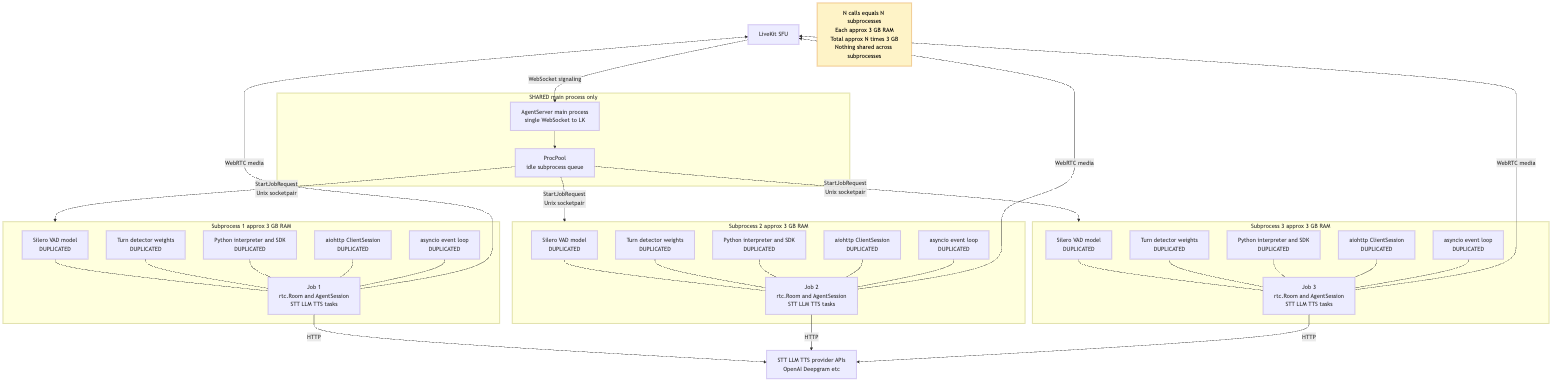
Above: docs/diagrams/02-vanilla-topology.png in mahimailabs/openrtc-runtime (Mermaid), before the change. Its source is kept beside it as docs/diagrams/02-vanilla-topology.mmd. Its diagram source:
```mermaid
flowchart TB
    LK["LiveKit SFU"]
    PROV["STT LLM TTS provider APIs<br>OpenAI Deepgram etc"]
    W["AgentServer main process<br>single WebSocket to LK"]

    LK -- "WebSocket signaling" --> W

    subgraph SHARED ["SHARED main process only"]
        W
        PP["ProcPool<br>idle subprocess queue"]
        W --> PP
    end

    subgraph SUB1 ["Subprocess 1 approx 3 GB RAM"]
        direction TB
        VAD1["Silero VAD model<br>DUPLICATED"]
        TD1["Turn detector weights<br>DUPLICATED"]
        HEAP1["Python interpreter and SDK<br>DUPLICATED"]
        HTTP1["aiohttp ClientSession<br>DUPLICATED"]
        LOOP1["asyncio event loop<br>DUPLICATED"]
        JOB1["Job 1<br>rtc.Room and AgentSession<br>STT LLM TTS tasks"]
        VAD1 --- JOB1
        TD1 --- JOB1
        HEAP1 --- JOB1
        HTTP1 --- JOB1
        LOOP1 --- JOB1
    end

    subgraph SUB2 ["Subprocess 2 approx 3 GB RAM"]
        direction TB
        VAD2["Silero VAD model<br>DUPLICATED"]
        TD2["Turn detector weights<br>DUPLICATED"]
        HEAP2["Python interpreter and SDK<br>DUPLICATED"]
        HTTP2["aiohttp ClientSession<br>DUPLICATED"]
        LOOP2["asyncio event loop<br>DUPLICATED"]
        JOB2["Job 2<br>rtc.Room and AgentSession<br>STT LLM TTS tasks"]
        VAD2 --- JOB2
        TD2 --- JOB2
        HEAP2 --- JOB2
        HTTP2 --- JOB2
        LOOP2 --- JOB2
    end

    subgraph SUB3 ["Subprocess 3 approx 3 GB RAM"]
        direction TB
        VAD3["Silero VAD model<br>DUPLICATED"]
        TD3["Turn detector weights<br>DUPLICATED"]
        HEAP3["Python interpreter and SDK<br>DUPLICATED"]
        HTTP3["aiohttp ClientSession<br>DUPLICATED"]
        LOOP3["asyncio event loop<br>DUPLICATED"]
        JOB3["Job 3<br>rtc.Room and AgentSession<br>STT LLM TTS tasks"]
        VAD3 --- JOB3
        TD3 --- JOB3
        HEAP3 --- JOB3
        HTTP3 --- JOB3
        LOOP3 --- JOB3
    end

    PP -- "StartJobRequest<br>Unix socketpair" --> SUB1
    PP -- "StartJobRequest<br>Unix socketpair" --> SUB2
    PP -- "StartJobRequest<br>Unix socketpair" --> SUB3

    JOB1 -- "WebRTC media" --> LK
    JOB2 -- "WebRTC media" --> LK
    JOB3 -- "WebRTC media" --> LK
    JOB1 -- "HTTP" --> PROV
    JOB2 -- "HTTP" --> PROV
    JOB3 -- "HTTP" --> PROV

    NOTE["N calls equals N subprocesses<br>Each approx 3 GB RAM<br>Total approx N times 3 GB<br>Nothing shared across subprocesses"]
    style NOTE fill:#fef3c7,stroke:#d97706,color:#000
```
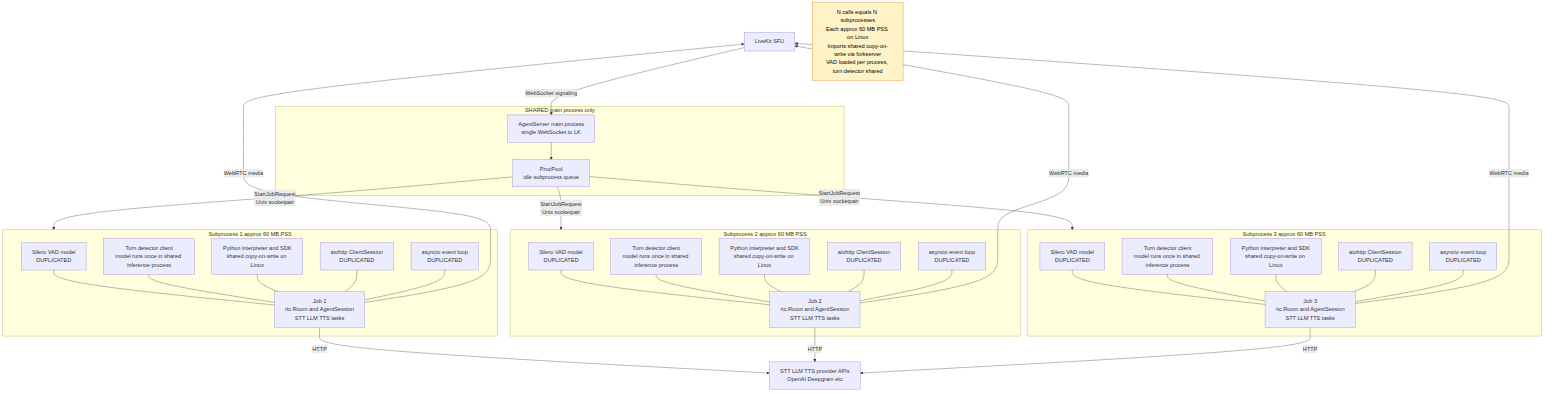
After the change.

What changed in the source:
```diff
@@ -11,11 +11,11 @@
         W --> PP
     end
 
-    subgraph SUB1 ["Subprocess 1 approx 3 GB RAM"]
+    subgraph SUB1 ["Subprocess 1 approx 60 MB PSS"]
         direction TB
         VAD1["Silero VAD model<br>DUPLICATED"]
-        TD1["Turn detector weights<br>DUPLICATED"]
-        HEAP1["Python interpreter and SDK<br>DUPLICATED"]
+        TD1["Turn detector client<br>model runs once in shared inference process"]
+        HEAP1["Python interpreter and SDK<br>shared copy-on-write on Linux"]
         HTTP1["aiohttp ClientSession<br>DUPLICATED"]
         LOOP1["asyncio event loop<br>DUPLICATED"]
         JOB1["Job 1<br>rtc.Room and AgentSession<br>STT LLM TTS tasks"]
@@ -26,11 +26,11 @@
         LOOP1 --- JOB1
     end
 
-    subgraph SUB2 ["Subprocess 2 approx 3 GB RAM"]
+    subgraph SUB2 ["Subprocess 2 approx 60 MB PSS"]
         direction TB
         VAD2["Silero VAD model<br>DUPLICATED"]
-        TD2["Turn detector weights<br>DUPLICATED"]
-        HEAP2["Python interpreter and SDK<br>DUPLICATED"]
+        TD2["Turn detector client<br>model runs once in shared inference process"]
+        HEAP2["Python interpreter and SDK<br>shared copy-on-write on Linux"]
         HTTP2["aiohttp ClientSession<br>DUPLICATED"]
         LOOP2["asyncio event loop<br>DUPLICATED"]
         JOB2["Job 2<br>rtc.Room and AgentSession<br>STT LLM TTS tasks"]
@@ -41,11 +41,11 @@
         LOOP2 --- JOB2
     end
 
-    subgraph SUB3 ["Subprocess 3 approx 3 GB RAM"]
+    subgraph SUB3 ["Subprocess 3 approx 60 MB PSS"]
         direction TB
         VAD3["Silero VAD model<br>DUPLICATED"]
-        TD3["Turn detector weights<br>DUPLICATED"]
-        HEAP3["Python interpreter and SDK<br>DUPLICATED"]
+        TD3["Turn detector client<br>model runs once in shared inference process"]
+        HEAP3["Python interpreter and SDK<br>shared copy-on-write on Linux"]
         HTTP3["aiohttp ClientSession<br>DUPLICATED"]
         LOOP3["asyncio event loop<br>DUPLICATED"]
         JOB3["Job 3<br>rtc.Room and AgentSession<br>STT LLM TTS tasks"]
@@ -67,5 +67,5 @@
     JOB2 -- "HTTP" --> PROV
     JOB3 -- "HTTP" --> PROV
 
-    NOTE["N calls equals N subprocesses<br>Each approx 3 GB RAM<br>Total approx N times 3 GB<br>Nothing shared across subprocesses"]
+    NOTE["N calls equals N subprocesses<br>Each approx 60 MB PSS on Linux<br>Imports shared copy-on-write via forkserver<br>VAD loaded per process, turn detector shared"]
     style NOTE fill:#fef3c7,stroke:#d97706,color:#000
```
